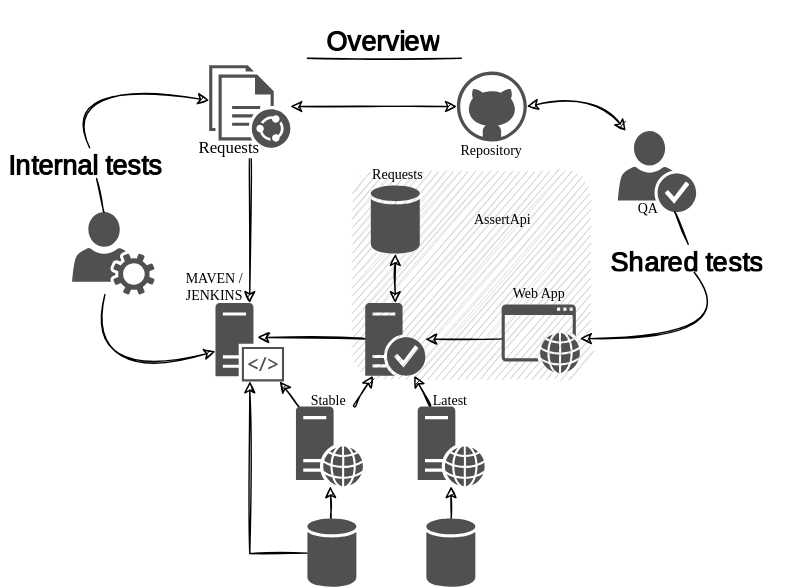
Above: doc/diagram/overview.diagram.svg in oneteme/assertapi-core (draw.io), before the change. Source tidied: cells renumbered, new cells last; positions are measured from the earlier drawing's top-left corner, leaving out a move shared by most shapes.
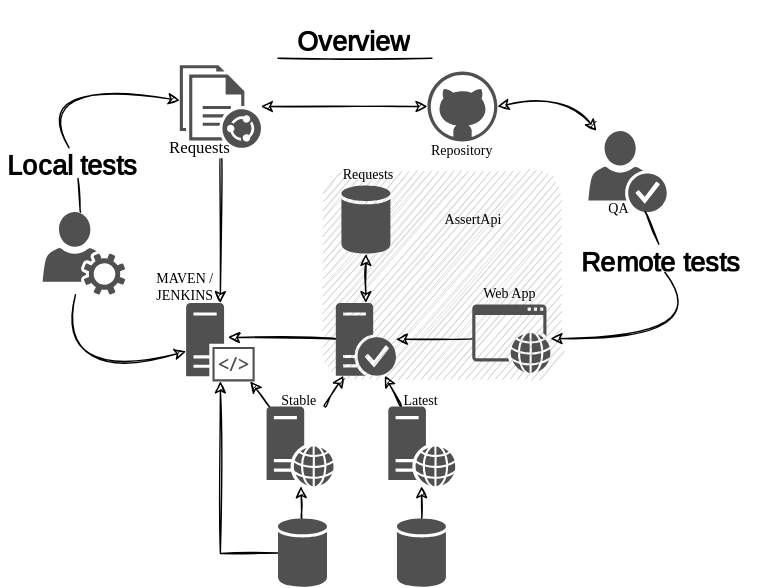
The same diagram one commit later.

Diff of the diagram source:
```diff
@@ -120,7 +120,7 @@
     <mxCell id="33" style="edgeStyle=none;curved=1;sketch=1;jettySize=auto;html=1;shadow=0;strokeColor=default;fontFamily=Times New Roman;fontSize=12;fontColor=#000000;startArrow=none;startFill=0;endArrow=none;endFill=1;" parent="1" edge="1" source="5" target="34">
       <mxGeometry relative="1" as="geometry" />
     </mxCell>
-    <mxCell id="34" value="&lt;h1 style=&quot;font-size: 19px;&quot;&gt;Shared tests&lt;/h1&gt;" style="text;html=1;strokeColor=none;fillColor=none;spacing=5;spacingTop=-20;whiteSpace=wrap;overflow=hidden;rounded=0;fontSize=19;fontFamily=Architects Daughter;" parent="1" vertex="1">
+    <mxCell id="34" value="&lt;h1 style=&quot;font-size: 19px;&quot;&gt;Remote tests&lt;/h1&gt;" style="text;html=1;strokeColor=none;fillColor=none;spacing=5;spacingTop=-20;whiteSpace=wrap;overflow=hidden;rounded=0;fontSize=19;fontFamily=Architects Daughter;" parent="1" vertex="1">
       <mxGeometry x="429.9" y="163.9" width="129.5" height="20" as="geometry" />
     </mxCell>
     <mxCell id="35" style="edgeStyle=none;sketch=1;jettySize=auto;html=1;shadow=0;strokeColor=default;fontFamily=Times New Roman;fontSize=12;fontColor=#000000;startArrow=classic;startFill=1;endArrow=classic;endFill=1;rounded=0;" parent="1" edge="1" source="36" target="18">
@@ -147,8 +147,8 @@
     <mxCell id="42" style="edgeStyle=none;curved=1;sketch=1;jettySize=auto;html=1;entryX=0.5;entryY=1;entryDx=0;entryDy=0;shadow=0;strokeColor=default;fontFamily=Times New Roman;fontSize=10;fontColor=#000000;startArrow=none;startFill=0;endArrow=none;endFill=1;" parent="1" edge="1" source="32" target="43">
       <mxGeometry relative="1" as="geometry" />
     </mxCell>
-    <mxCell id="43" value="&lt;h1 style=&quot;font-size: 19px;&quot;&gt;Internal tests&lt;/h1&gt;" style="text;html=1;strokeColor=none;fillColor=none;spacing=5;spacingTop=-20;whiteSpace=wrap;overflow=hidden;rounded=0;fontSize=19;fontFamily=Architects Daughter;" parent="1" vertex="1">
-      <mxGeometry x="-0.5" y="95" width="136" height="22" as="geometry" />
+    <mxCell id="43" value="&lt;h1 style=&quot;font-size: 19px;&quot;&gt;Local tests&lt;/h1&gt;" style="text;html=1;strokeColor=none;fillColor=none;spacing=5;spacingTop=-20;whiteSpace=wrap;overflow=hidden;rounded=0;fontSize=19;fontFamily=Architects Daughter;" parent="1" vertex="1">
+      <mxGeometry x="20" y="95" width="110.5" height="22" as="geometry" />
     </mxCell>
     <mxCell id="44" style="verticalLabelPosition=bottom;html=1;verticalAlign=top;align=center;strokeColor=none;fillColor=#505050;shape=mxgraph.azure.github_code;sketch=0;strokeWidth=1;fontFamily=Helvetica;fontSize=14;" parent="1" vertex="1">
       <mxGeometry x="325" y="40.5" width="50" height="50" as="geometry" />
```
